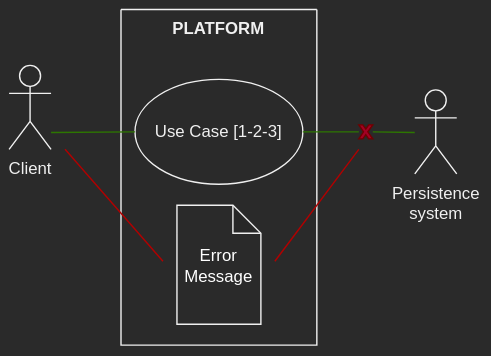
omismone/strapizzami keeps this draw.io diagram as doc/assets/useCasesCiclo1.svg. Above is the earlier version. Source tidied: cells renumbered, new cells last; positions are measured from the earlier drawing's top-left corner, leaving out a move shared by most shapes.
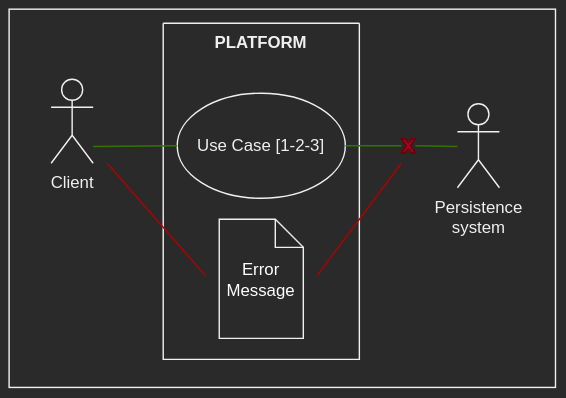
The same diagram one commit later.

What changed in the source:
```diff
@@ -2,6 +2,9 @@
   <root>
     <mxCell id="0" />
     <mxCell id="1" parent="0" />
+    <mxCell id="13" style="rounded=0;whiteSpace=wrap;html=1;fontColor=#FFFFFF;" parent="1" vertex="1">
+      <mxGeometry x="-30" y="-10" width="390" height="270" as="geometry" />
+    </mxCell>
     <mxCell id="2" value="Client" style="shape=umlActor;verticalLabelPosition=bottom;verticalAlign=top;html=1;" parent="1" vertex="1">
       <mxGeometry y="40" width="30" height="60" as="geometry" />
     </mxCell>
```
